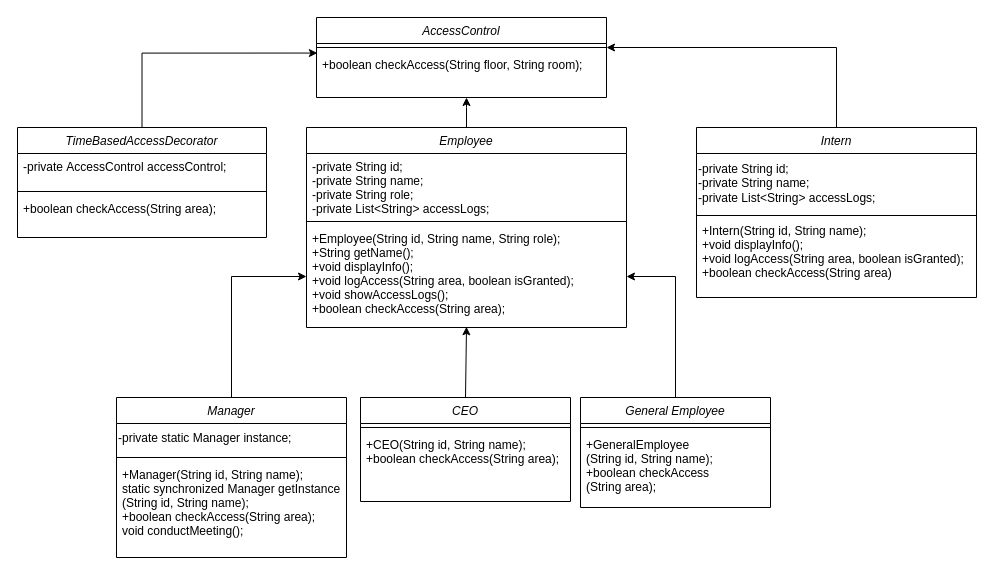
Before: Untitled Diagram.drawio in pin-nattharin/DII-GEN6-CompoundSEC, a draw.io diagram. Source tidied: cells renumbered, new cells numbered last; positions are measured from the earlier drawing's top-left corner, leaving out a move shared by most shapes. Both pictures are drawn from the tidied source at 100%, with x=0, y=0 at pixel (17, 17).
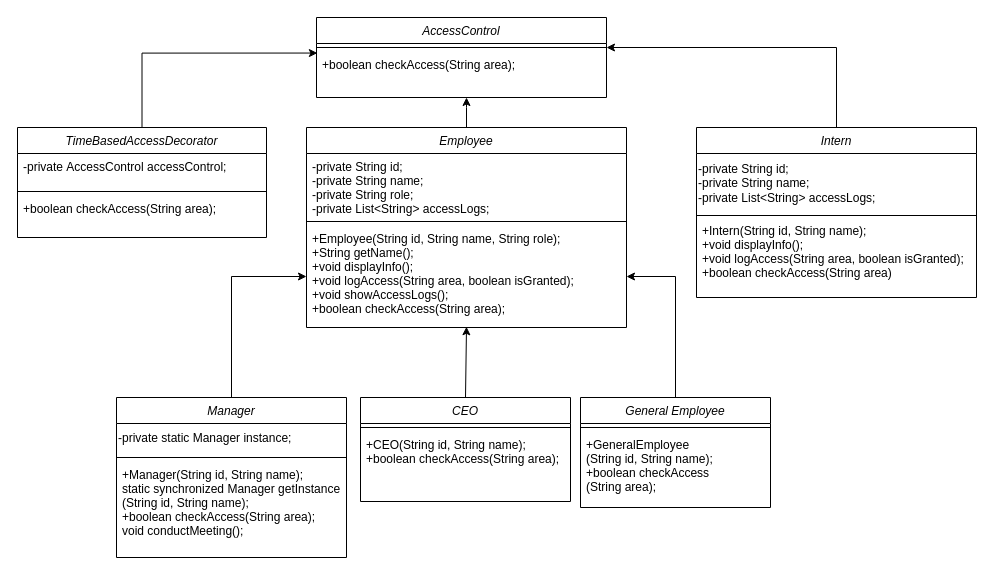
The same diagram, later.

Unchanged cells that the change refers to:
```xml
<mxCell id="23" value="AccessControl" style="swimlane;fontStyle=2;align=center;verticalAlign=top;horizontal=1;startSize=26;rounded=0;shadow=0;strokeWidth=1;" parent="1" vertex="1">
  <mxGeometry x="299" width="290" height="80" as="geometry" />
</mxCell>
```

The edit, as a diff of the source:
```diff
@@
-    <mxCell id="25" value="+boolean checkAccess(String floor, String room);" style="text;align=left;verticalAlign=top;spacingLeft=4;spacingRight=4;overflow=hidden;points=[[0,0.5],[1,0.5]];portConstraint=eastwest;" parent="23" vertex="1">
+    <mxCell id="25" value="+boolean checkAccess(String area);" style="text;align=left;verticalAlign=top;spacingLeft=4;spacingRight=4;overflow=hidden;points=[[0,0.5],[1,0.5]];portConstraint=eastwest;" parent="23" vertex="1">
       <mxGeometry y="34" width="290" height="40" as="geometry" />
     </mxCell>
```
